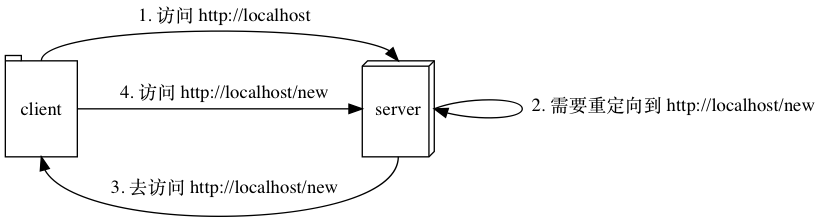
Before: static/image/2019/07/redirect.png, a diagram exported from Graphviz (Jeanhwea/jeanhwea.github.io). Its source is kept beside it as static/image/2019/07/redirect.dot.
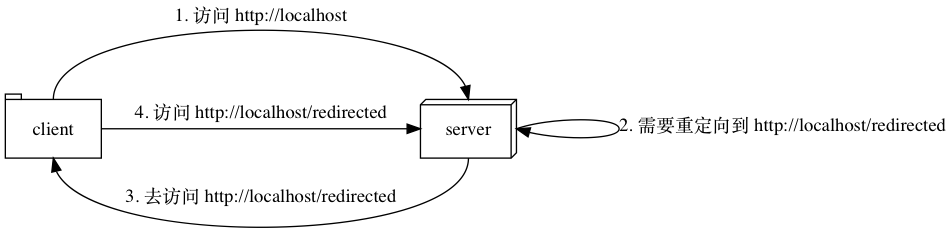
The same file after the commit.

Diff of the diagram source:
```diff
@@ -1,11 +1,11 @@
 digraph redirect {
   rankdir=LR;
-  node [height=1];
+  node [height=.618; width=1];
   client [shape=tab];
   server [shape=box3d];
 
-  client:n -> server:n [label="  1. 访问 http://localhost"];
-  server:e -> server:e [label="  2. 需要重定向到 http://localhost/new"];
-  server:s -> client:s [label="  3. 去访问 http://localhost/new"];
-  client:e -> server:w [label="  4. 访问 http://localhost/new"];
+  client:n -> server:n [label="1. 访问 http://localhost"];
+  server:e -> server:e [label="2. 需要重定向到 http://localhost/redirected"];
+  server:s -> client:s [label="3. 去访问 http://localhost/redirected"];
+  client:e -> server:w [label="4. 访问 http://localhost/redirected"];
 }
```
